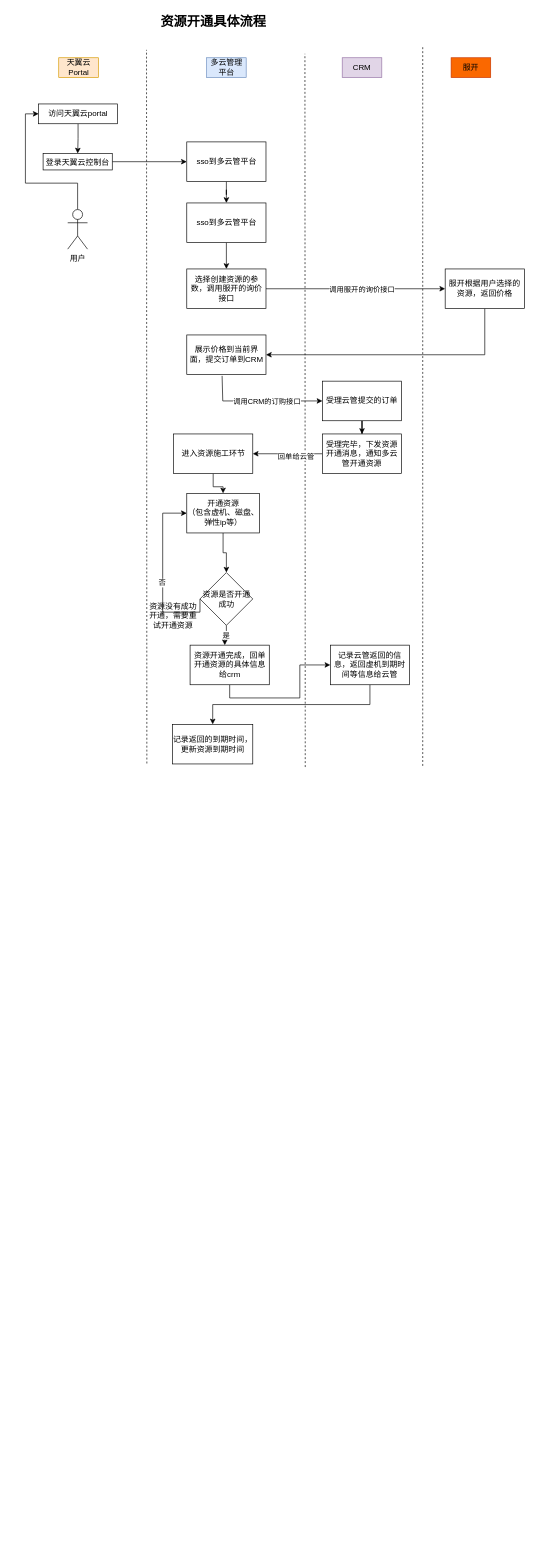
This is CTyun-bak.drawio from link-yuml/diagrams, a draw.io file, before an edit. Source tidied: cells renumbered, new cells numbered last; positions are measured from the earlier drawing's top-left corner, leaving out a move shared by most shapes. Both pictures are drawn from the tidied source at 66%, with x=0, y=0 at pixel (25, 11).
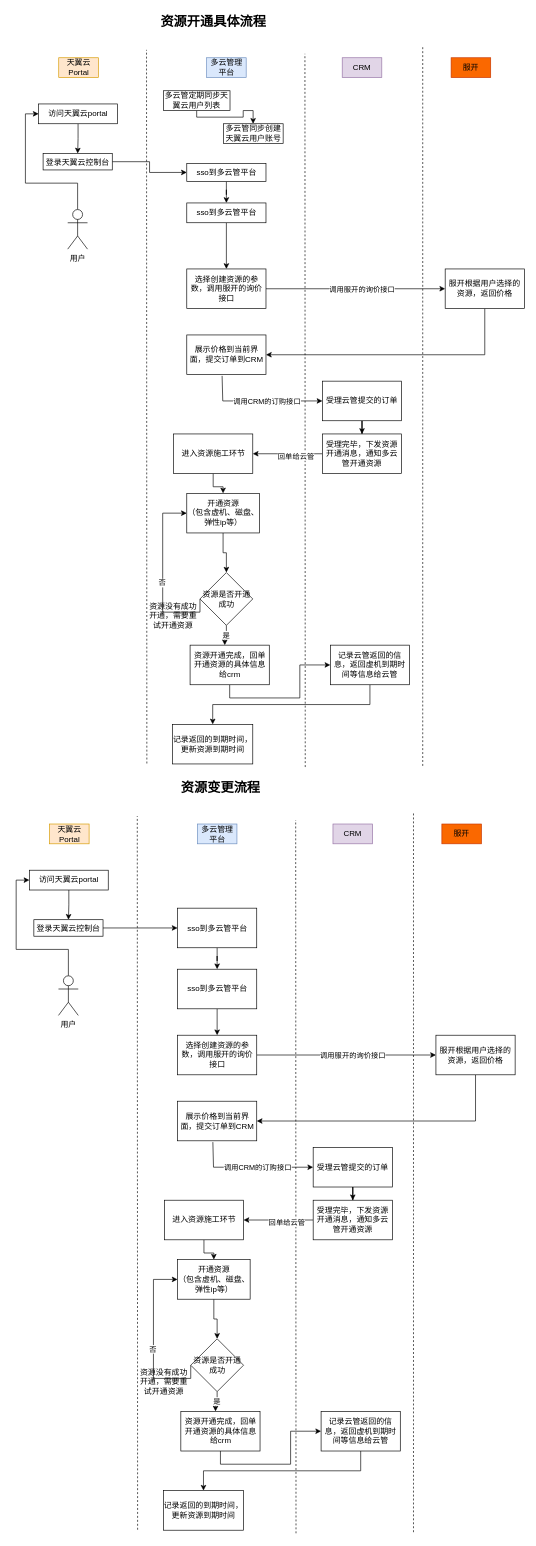
Above is the later version.

The edit, as a diff of the source:
```diff
@@
     <mxCell id="14" value="sso到多云管平台" style="rounded=0;whiteSpace=wrap;html=1;" parent="1" vertex="1">
-      <mxGeometry x="244.5" y="197.5" width="120" height="60" as="geometry" />
+      <mxGeometry x="244.5" y="230" width="120" height="27.5" as="geometry" />
     </mxCell>
@@
     <mxCell id="16" value="sso到多云管平台" style="rounded=0;whiteSpace=wrap;html=1;" parent="1" vertex="1">
-      <mxGeometry x="244.5" y="290" width="120" height="60" as="geometry" />
+      <mxGeometry x="244.5" y="290" width="120" height="30" as="geometry" />
     </mxCell>
@@
+    <mxCell id="48" style="endArrow=none;dashed=1;html=1;rounded=0;" parent="1" edge="1">
+      <mxGeometry relative="1" as="geometry">
+        <mxPoint x="170" y="2300.3" as="sourcePoint" />
+        <mxPoint x="169.5" y="1219" as="targetPoint" />
+      </mxGeometry>
+    </mxCell>
+    <mxCell id="49" style="endArrow=none;dashed=1;html=1;rounded=0;" parent="1" edge="1">
+      <mxGeometry relative="1" as="geometry">
+        <mxPoint x="410" y="2305.7" as="sourcePoint" />
+        <mxPoint x="409.5" y="1225" as="targetPoint" />
+      </mxGeometry>
+    </mxCell>
+    <mxCell id="50" value="天翼云Portal" style="text;html=1;strokeColor=#d79b00;fillColor=#ffe6cc;align=center;verticalAlign=middle;whiteSpace=wrap;rounded=0;" parent="1" vertex="1">
+      <mxGeometry x="36.5" y="1231" width="60" height="30" as="geometry" />
+    </mxCell>
+    <mxCell id="51" value="多云管理平台" style="text;html=1;strokeColor=#6c8ebf;fillColor=#dae8fc;align=center;verticalAlign=middle;whiteSpace=wrap;rounded=0;" parent="1" vertex="1">
+      <mxGeometry x="260.5" y="1231" width="60" height="30" as="geometry" />
+    </mxCell>
+    <mxCell id="52" value="&lt;b&gt;&lt;font style=&quot;font-size: 20px&quot;&gt;资源变更流程&lt;/font&gt;&lt;/b&gt;" style="text;html=1;strokeColor=none;fillColor=none;align=center;verticalAlign=middle;whiteSpace=wrap;rounded=0;" parent="1" vertex="1">
+      <mxGeometry x="200.5" y="1160" width="190" height="30" as="geometry" />
+    </mxCell>
+    <mxCell id="53" style="edgeStyle=orthogonalEdgeStyle;rounded=0;jettySize=auto;html=1;entryX=0;entryY=0.5;entryDx=0;entryDy=0;" parent="1" edge="1" source="54" target="56">
+      <mxGeometry relative="1" as="geometry">
+        <Array as="points">
+          <mxPoint x="65" y="1421" />
+          <mxPoint x="-14" y="1421" />
+          <mxPoint x="-14" y="1316" />
+        </Array>
+      </mxGeometry>
+    </mxCell>
+    <mxCell id="54" value="用户" style="shape=umlActor;verticalLabelPosition=bottom;verticalAlign=top;html=1;outlineConnect=0;" parent="1" vertex="1">
+      <mxGeometry x="50.1" y="1461" width="30" height="60" as="geometry" />
+    </mxCell>
+    <mxCell id="55" style="edgeStyle=orthogonalEdgeStyle;rounded=0;jettySize=auto;html=1;" parent="1" edge="1" source="56" target="58">
+      <mxGeometry relative="1" as="geometry" />
+    </mxCell>
+    <mxCell id="56" value="&lt;div&gt;&lt;span&gt;访问天翼云portal&lt;/span&gt;&lt;/div&gt;" style="whiteSpace=wrap;html=1;verticalAlign=top;align=center;" parent="1" vertex="1">
+      <mxGeometry x="6" y="1301" width="119.5" height="30" as="geometry" />
+    </mxCell>
+    <mxCell id="57" style="edgeStyle=orthogonalEdgeStyle;rounded=0;jettySize=auto;html=1;entryX=0;entryY=0.5;entryDx=0;entryDy=0;" parent="1" edge="1" source="58" target="60">
+      <mxGeometry relative="1" as="geometry" />
+    </mxCell>
+    <mxCell id="58" value="登录天翼云控制台" style="whiteSpace=wrap;html=1;verticalAlign=top;align=center;" parent="1" vertex="1">
+      <mxGeometry x="12.8" y="1376" width="104.8" height="25" as="geometry" />
+    </mxCell>
+    <mxCell id="59" style="edgeStyle=orthogonalEdgeStyle;rounded=0;jettySize=auto;html=1;" parent="1" edge="1" source="60" target="62">
+      <mxGeometry relative="1" as="geometry" />
+    </mxCell>
+    <mxCell id="60" value="sso到多云管平台" style="rounded=0;whiteSpace=wrap;html=1;" parent="1" vertex="1">
+      <mxGeometry x="230.5" y="1358.5" width="120" height="60" as="geometry" />
+    </mxCell>
+    <mxCell id="61" style="edgeStyle=orthogonalEdgeStyle;rounded=0;jettySize=auto;html=1;" parent="1" edge="1" source="62" target="65">
+      <mxGeometry relative="1" as="geometry" />
+    </mxCell>
+    <mxCell id="62" value="sso到多云管平台" style="rounded=0;whiteSpace=wrap;html=1;" parent="1" vertex="1">
+      <mxGeometry x="230.5" y="1451" width="120" height="60" as="geometry" />
+    </mxCell>
+    <mxCell id="63" style="edgeStyle=orthogonalEdgeStyle;rounded=0;jettySize=auto;html=1;" parent="1" edge="1" source="65" target="73">
+      <mxGeometry relative="1" as="geometry" />
+    </mxCell>
+    <mxCell id="64" value="调用服开的询价接口" style="edgeLabel;html=1;align=center;verticalAlign=middle;" parent="63" vertex="1">
+      <mxGeometry x="-0.21" relative="1" as="geometry">
+        <mxPoint x="38" as="offset" />
+      </mxGeometry>
+    </mxCell>
+    <mxCell id="65" value="选择创建资源的参数，调用服开的询价接口" style="rounded=0;whiteSpace=wrap;html=1;" parent="1" vertex="1">
+      <mxGeometry x="230.5" y="1551" width="120" height="60" as="geometry" />
+    </mxCell>
+    <mxCell id="66" value="CRM" style="text;html=1;strokeColor=#9673a6;fillColor=#e1d5e7;align=center;verticalAlign=middle;whiteSpace=wrap;rounded=0;" parent="1" vertex="1">
+      <mxGeometry x="466" y="1231" width="60" height="30" as="geometry" />
+    </mxCell>
+    <mxCell id="67" value="服开" style="text;html=1;strokeColor=#C73500;fillColor=#fa6800;align=center;verticalAlign=middle;whiteSpace=wrap;rounded=0;fontColor=#000000;" parent="1" vertex="1">
+      <mxGeometry x="631" y="1231" width="60" height="30" as="geometry" />
+    </mxCell>
+    <mxCell id="68" style="endArrow=none;dashed=1;html=1;rounded=0;" parent="1" edge="1">
+      <mxGeometry relative="1" as="geometry">
+        <mxPoint x="588" y="2304" as="sourcePoint" />
+        <mxPoint x="588" y="1214" as="targetPoint" />
+      </mxGeometry>
+    </mxCell>
+    <mxCell id="69" style="edgeStyle=orthogonalEdgeStyle;rounded=0;jettySize=auto;html=1;entryX=0;entryY=0.5;entryDx=0;entryDy=0;exitX=0.446;exitY=1.033;exitDx=0;exitDy=0;exitPerimeter=0;" parent="1" edge="1" source="71" target="75">
+      <mxGeometry relative="1" as="geometry">
+        <Array as="points">
+          <mxPoint x="285" y="1751" />
+        </Array>
+      </mxGeometry>
+    </mxCell>
+    <mxCell id="70" value="调用CRM的订购接口" style="edgeLabel;html=1;align=center;verticalAlign=middle;" parent="69" vertex="1">
+      <mxGeometry x="-0.04" y="-2" relative="1" as="geometry">
+        <mxPoint x="14" y="-2" as="offset" />
+      </mxGeometry>
+    </mxCell>
+    <mxCell id="71" value="展示价格到当前界面，提交订单到CRM" style="rounded=0;whiteSpace=wrap;html=1;" parent="1" vertex="1">
+      <mxGeometry x="230.5" y="1651" width="120" height="60" as="geometry" />
+    </mxCell>
+    <mxCell id="72" style="edgeStyle=orthogonalEdgeStyle;rounded=0;jettySize=auto;html=1;entryX=1;entryY=0.5;entryDx=0;entryDy=0;exitX=0.5;exitY=1;exitDx=0;exitDy=0;" parent="1" edge="1" source="73" target="71">
+      <mxGeometry relative="1" as="geometry" />
+    </mxCell>
+    <mxCell id="73" value="服开根据用户选择的资源，返回价格" style="rounded=0;whiteSpace=wrap;html=1;" parent="1" vertex="1">
+      <mxGeometry x="622" y="1551" width="120" height="60" as="geometry" />
+    </mxCell>
+    <mxCell id="74" style="edgeStyle=orthogonalEdgeStyle;rounded=0;jettySize=auto;html=1;" parent="1" edge="1" source="75" target="78">
+      <mxGeometry relative="1" as="geometry" />
+    </mxCell>
+    <mxCell id="75" value="受理云管提交的订单" style="rounded=0;whiteSpace=wrap;html=1;" parent="1" vertex="1">
+      <mxGeometry x="436" y="1721" width="120" height="60" as="geometry" />
+    </mxCell>
+    <mxCell id="76" style="edgeStyle=orthogonalEdgeStyle;rounded=0;jettySize=auto;html=1;entryX=1;entryY=0.5;entryDx=0;entryDy=0;" parent="1" edge="1" source="78" target="80">
+      <mxGeometry relative="1" as="geometry" />
+    </mxCell>
+    <mxCell id="77" value="回单给云管" style="edgeLabel;html=1;align=center;verticalAlign=middle;" parent="76" vertex="1">
+      <mxGeometry x="-0.23" y="3" relative="1" as="geometry" />
+    </mxCell>
+    <mxCell id="78" value="受理完毕，下发资源开通消息，通知多云管开通资源" style="rounded=0;whiteSpace=wrap;html=1;" parent="1" vertex="1">
+      <mxGeometry x="436" y="1801" width="120" height="60" as="geometry" />
+    </mxCell>
+    <mxCell id="79" style="edgeStyle=orthogonalEdgeStyle;rounded=0;jettySize=auto;html=1;entryX=0.5;entryY=0;entryDx=0;entryDy=0;" parent="1" edge="1" source="80" target="82">
+      <mxGeometry relative="1" as="geometry" />
+    </mxCell>
+    <mxCell id="80" value="进入资源施工环节" style="rounded=0;whiteSpace=wrap;html=1;" parent="1" vertex="1">
+      <mxGeometry x="210.5" y="1801" width="120" height="60" as="geometry" />
+    </mxCell>
+    <mxCell id="81" style="edgeStyle=orthogonalEdgeStyle;rounded=0;jettySize=auto;html=1;entryX=0.5;entryY=0;entryDx=0;entryDy=0;" parent="1" edge="1" source="82" target="89">
+      <mxGeometry relative="1" as="geometry" />
+    </mxCell>
+    <mxCell id="82" value="开通资源&lt;br&gt;（包含虚机、磁盘、弹性ip等）" style="rounded=0;whiteSpace=wrap;html=1;" parent="1" vertex="1">
+      <mxGeometry x="230.5" y="1891" width="110" height="60" as="geometry" />
+    </mxCell>
+    <mxCell id="83" style="edgeStyle=orthogonalEdgeStyle;rounded=0;jettySize=auto;html=1;exitX=0.5;exitY=1;exitDx=0;exitDy=0;" parent="1" edge="1" source="84" target="92">
+      <mxGeometry relative="1" as="geometry" />
+    </mxCell>
+    <mxCell id="84" value="资源开通完成，回单开通资源的具体信息&lt;br&gt;给crm" style="rounded=0;whiteSpace=wrap;html=1;" parent="1" vertex="1">
+      <mxGeometry x="235.5" y="2121" width="120" height="60" as="geometry" />
+    </mxCell>
+    <mxCell id="85" style="edgeStyle=orthogonalEdgeStyle;rounded=0;jettySize=auto;html=1;entryX=0.438;entryY=0;entryDx=0;entryDy=0;entryPerimeter=0;" parent="1" edge="1" source="89" target="84">
+      <mxGeometry relative="1" as="geometry" />
+    </mxCell>
+    <mxCell id="86" value="是" style="edgeLabel;html=1;align=center;verticalAlign=middle;" parent="85" vertex="1">
+      <mxGeometry x="-0.12" y="-1" relative="1" as="geometry" />
+    </mxCell>
+    <mxCell id="87" style="edgeStyle=orthogonalEdgeStyle;rounded=0;jettySize=auto;html=1;exitX=0;exitY=0.5;exitDx=0;exitDy=0;entryX=0;entryY=0.5;entryDx=0;entryDy=0;" parent="1" edge="1" source="89" target="82">
+      <mxGeometry relative="1" as="geometry">
+        <Array as="points">
+          <mxPoint x="194" y="2071" />
+          <mxPoint x="194" y="1921" />
+        </Array>
+      </mxGeometry>
+    </mxCell>
+    <mxCell id="88" value="否" style="edgeLabel;html=1;align=center;verticalAlign=middle;" parent="87" vertex="1">
+      <mxGeometry x="-0.07" y="2" relative="1" as="geometry">
+        <mxPoint y="1" as="offset" />
+      </mxGeometry>
+    </mxCell>
+    <mxCell id="89" value="资源是否开通成功" style="rhombus;whiteSpace=wrap;html=1;" parent="1" vertex="1">
+      <mxGeometry x="250.5" y="2011" width="80" height="80" as="geometry" />
+    </mxCell>
+    <mxCell id="90" value="资源没有成功开通，需要重试开通资源" style="text;html=1;strokeColor=none;fillColor=none;align=center;verticalAlign=middle;whiteSpace=wrap;rounded=0;" parent="1" vertex="1">
+      <mxGeometry x="168.5" y="2061" width="82" height="30" as="geometry" />
+    </mxCell>
+    <mxCell id="91" style="edgeStyle=orthogonalEdgeStyle;rounded=0;jettySize=auto;html=1;exitX=0.5;exitY=1;exitDx=0;exitDy=0;" parent="1" edge="1" source="92" target="93">
+      <mxGeometry relative="1" as="geometry" />
+    </mxCell>
+    <mxCell id="92" value="记录云管返回的信息，返回虚机到期时间等信息给云管" style="rounded=0;whiteSpace=wrap;html=1;" parent="1" vertex="1">
+      <mxGeometry x="448" y="2121" width="120" height="60" as="geometry" />
+    </mxCell>
+    <mxCell id="93" value="记录返回的到期时间，更新资源到期时间" style="rounded=0;whiteSpace=wrap;html=1;" parent="1" vertex="1">
+      <mxGeometry x="209" y="2241" width="121.5" height="60" as="geometry" />
+    </mxCell>
+    <mxCell id="94" style="edgeStyle=orthogonalEdgeStyle;rounded=0;jettySize=auto;html=1;" parent="1" edge="1" source="95" target="96">
+      <mxGeometry relative="1" as="geometry">
+        <Array as="points">
+          <mxPoint x="260" y="160" />
+          <mxPoint x="330" y="160" />
+          <mxPoint x="330" y="150" />
+          <mxPoint x="345" y="150" />
+        </Array>
+      </mxGeometry>
+    </mxCell>
+    <mxCell id="95" value="多云管定期同步天翼云用户列表" style="rounded=0;whiteSpace=wrap;html=1;" parent="1" vertex="1">
+      <mxGeometry x="209" y="120" width="101" height="30" as="geometry" />
+    </mxCell>
+    <mxCell id="96" value="多云管同步创建天翼云用户账号" style="rounded=0;whiteSpace=wrap;html=1;" parent="1" vertex="1">
+      <mxGeometry x="300" y="170" width="90.5" height="30" as="geometry" />
+    </mxCell>
```
